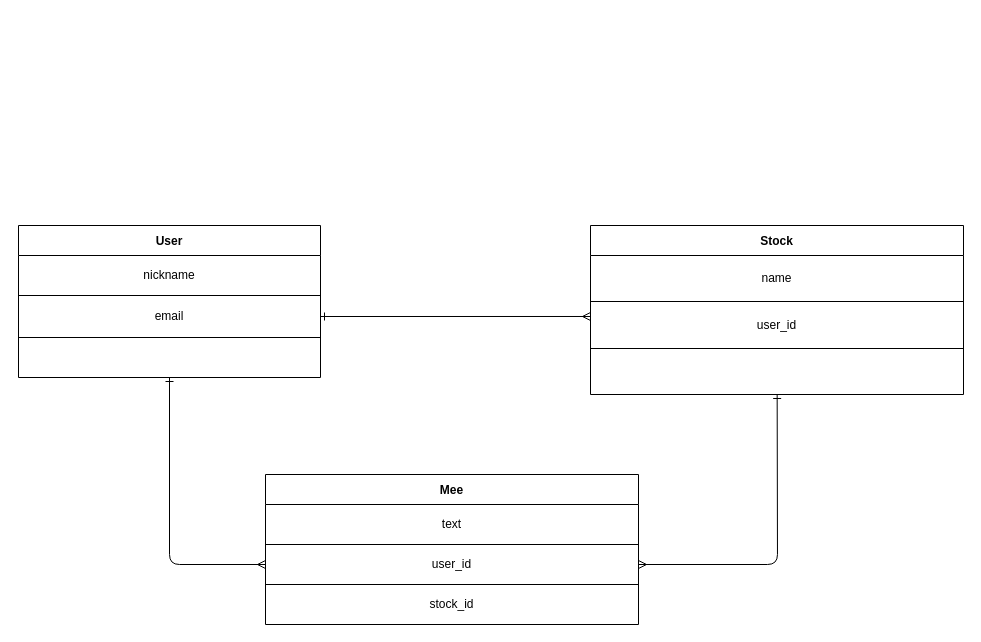
kijima-line/stome keeps this draw.io diagram as er.dio. Above is the earlier version. Source tidied: cells renumbered, new cells numbered last; positions are measured from the earlier drawing's top-left corner, leaving out a move shared by most shapes. Both pictures are drawn from the tidied source at 100%, with x=0, y=0 at pixel (18, 225).
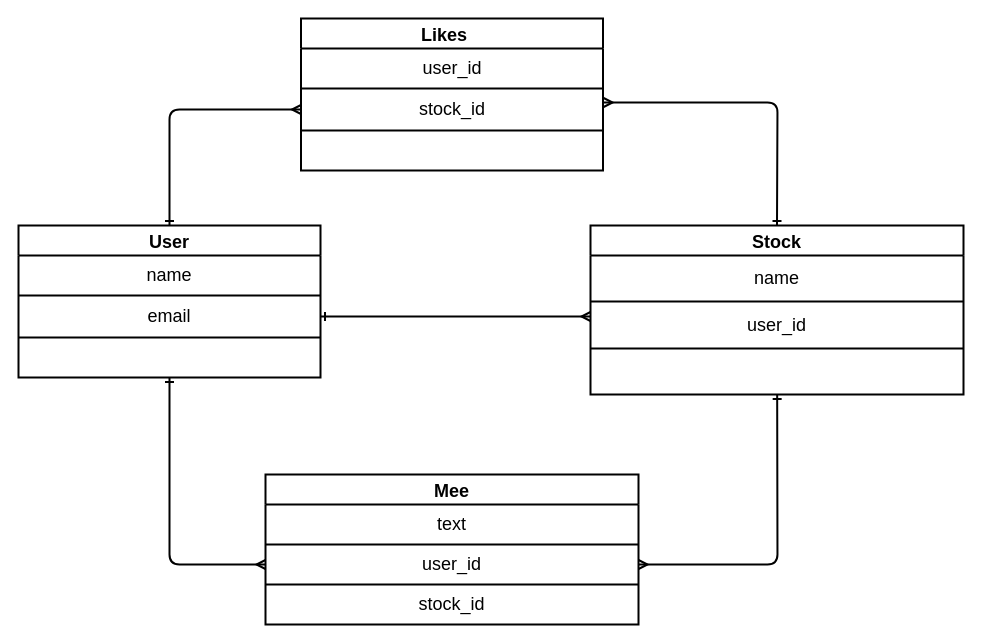
Above is the later version.

Change to the diagram source:
```diff
@@
-    <mxCell id="2" style="edgeStyle=none;html=1;entryX=0;entryY=0.5;entryDx=0;entryDy=0;fontColor=#000000;endArrow=ERmany;endFill=0;strokeColor=#000000;startArrow=ERone;startFill=0;" parent="1" edge="1" source="3" target="22">
+    <mxCell id="2" style="edgeStyle=none;html=1;entryX=0;entryY=0.5;entryDx=0;entryDy=0;fontColor=#000000;endArrow=ERmany;endFill=0;strokeColor=#000000;startArrow=ERone;startFill=0;strokeWidth=2;fontSize=18;" parent="1" edge="1" source="3" target="22">
       <mxGeometry relative="1" as="geometry">
         <Array as="points">
           <mxPoint x="151" y="339" />
         </Array>
       </mxGeometry>
     </mxCell>
-    <mxCell id="3" value="User" style="shape=table;startSize=30;childLayout=tableLayout;fontStyle=1;align=center;strokeColor=#000000;" parent="1" vertex="1">
+    <mxCell id="3" value="User" style="shape=table;startSize=30;childLayout=tableLayout;fontStyle=1;align=center;strokeColor=#000000;strokeWidth=2;fontSize=18;" parent="1" vertex="1">
       <mxGeometry width="302" height="152" as="geometry" />
     </mxCell>
-    <mxCell id="4" style="shape=partialRectangle;html=1;whiteSpace=wrap;fillColor=none;top=0;left=0;bottom=0;right=0;" parent="3" vertex="1">
+    <mxCell id="4" style="shape=partialRectangle;html=1;whiteSpace=wrap;fillColor=none;top=0;left=0;bottom=0;right=0;strokeWidth=2;fontSize=18;" parent="3" vertex="1">
       <mxGeometry y="30" width="302" height="40" as="geometry" />
     </mxCell>
-    <mxCell id="5" value="&lt;font color=&quot;#000000&quot;&gt;nickname&lt;/font&gt;" style="shape=partialRectangle;html=1;whiteSpace=wrap;fillColor=none;top=0;left=0;bottom=0;right=0;overflow=hidden;" parent="4" vertex="1">
+    <mxCell id="5" value="&lt;font color=&quot;#000000&quot; style=&quot;font-size: 18px&quot;&gt;name&lt;/font&gt;" style="shape=partialRectangle;html=1;whiteSpace=wrap;fillColor=none;top=0;left=0;bottom=0;right=0;overflow=hidden;strokeWidth=2;fontSize=18;" parent="4" vertex="1">
       <mxGeometry width="302" height="40" as="geometry" />
     </mxCell>
-    <mxCell id="6" style="shape=partialRectangle;html=1;whiteSpace=wrap;fillColor=none;top=0;left=0;bottom=0;right=0;points=[[0,0.5],[1,0.5]];portConstraint=eastwest;" parent="3" vertex="1">
+    <mxCell id="6" style="shape=partialRectangle;html=1;whiteSpace=wrap;fillColor=none;top=0;left=0;bottom=0;right=0;points=[[0,0.5],[1,0.5]];portConstraint=eastwest;strokeWidth=2;fontSize=18;" parent="3" vertex="1">
       <mxGeometry y="70" width="302" height="42" as="geometry" />
     </mxCell>
-    <mxCell id="7" value="&lt;font color=&quot;#000000&quot;&gt;email&lt;/font&gt;" style="shape=partialRectangle;html=1;whiteSpace=wrap;fillColor=none;top=0;left=0;bottom=0;right=0;overflow=hidden;" parent="6" vertex="1">
+    <mxCell id="7" value="&lt;font color=&quot;#000000&quot; style=&quot;font-size: 18px;&quot;&gt;email&lt;/font&gt;" style="shape=partialRectangle;html=1;whiteSpace=wrap;fillColor=none;top=0;left=0;bottom=0;right=0;overflow=hidden;strokeWidth=2;fontSize=18;" parent="6" vertex="1">
       <mxGeometry width="302" height="42" as="geometry" />
     </mxCell>
-    <mxCell id="8" style="shape=partialRectangle;html=1;whiteSpace=wrap;fillColor=none;top=0;left=0;bottom=0;right=0;" parent="3" vertex="1">
+    <mxCell id="8" style="shape=partialRectangle;html=1;whiteSpace=wrap;fillColor=none;top=0;left=0;bottom=0;right=0;strokeWidth=2;fontSize=18;" parent="3" vertex="1">
       <mxGeometry y="112" width="302" height="40" as="geometry" />
     </mxCell>
-    <mxCell id="9" style="shape=partialRectangle;html=1;whiteSpace=wrap;fillColor=none;top=0;left=0;bottom=0;right=0;overflow=hidden;" parent="8" vertex="1">
+    <mxCell id="9" style="shape=partialRectangle;html=1;whiteSpace=wrap;fillColor=none;top=0;left=0;bottom=0;right=0;overflow=hidden;strokeWidth=2;fontSize=18;" parent="8" vertex="1">
       <mxGeometry width="302" height="40" as="geometry" />
     </mxCell>
-    <mxCell id="10" style="edgeStyle=none;html=1;entryX=1;entryY=0.5;entryDx=0;entryDy=0;fontColor=#000000;endArrow=ERmany;endFill=0;strokeColor=#000000;startArrow=ERone;startFill=0;" parent="1" edge="1" source="12" target="22">
+    <mxCell id="10" style="edgeStyle=none;html=1;entryX=1;entryY=0.5;entryDx=0;entryDy=0;fontColor=#000000;endArrow=ERmany;endFill=0;strokeColor=#000000;startArrow=ERone;startFill=0;strokeWidth=2;fontSize=18;" parent="1" edge="1" source="12" target="22">
       <mxGeometry relative="1" as="geometry">
         <Array as="points">
           <mxPoint x="759" y="339" />
         </Array>
       </mxGeometry>
     </mxCell>
@@
-    <mxCell id="12" value="Stock" style="shape=table;startSize=30;childLayout=tableLayout;fontStyle=1;align=center;strokeColor=#000000;" parent="1" vertex="1">
+    <mxCell id="12" value="Stock" style="shape=table;startSize=30;childLayout=tableLayout;fontStyle=1;align=center;strokeColor=#000000;strokeWidth=2;fontSize=18;" parent="1" vertex="1">
       <mxGeometry x="572" width="373" height="169" as="geometry" />
     </mxCell>
-    <mxCell id="13" style="shape=partialRectangle;html=1;whiteSpace=wrap;fillColor=none;top=0;left=0;bottom=0;right=0;" parent="12" vertex="1">
+    <mxCell id="13" style="shape=partialRectangle;html=1;whiteSpace=wrap;fillColor=none;top=0;left=0;bottom=0;right=0;strokeWidth=2;fontSize=18;" parent="12" vertex="1">
       <mxGeometry y="30" width="373" height="46" as="geometry" />
     </mxCell>
-    <mxCell id="14" value="&lt;font color=&quot;#000000&quot;&gt;name&lt;/font&gt;" style="shape=partialRectangle;html=1;whiteSpace=wrap;fillColor=none;top=0;left=0;bottom=0;right=0;overflow=hidden;" parent="13" vertex="1">
+    <mxCell id="14" value="&lt;font color=&quot;#000000&quot; style=&quot;font-size: 18px;&quot;&gt;name&lt;/font&gt;" style="shape=partialRectangle;html=1;whiteSpace=wrap;fillColor=none;top=0;left=0;bottom=0;right=0;overflow=hidden;strokeWidth=2;fontSize=18;" parent="13" vertex="1">
       <mxGeometry width="373" height="46" as="geometry" />
     </mxCell>
-    <mxCell id="15" style="shape=partialRectangle;html=1;whiteSpace=wrap;fillColor=none;top=0;left=0;bottom=0;right=0;points=[[0,0.5],[1,0.5]];portConstraint=eastwest;" parent="12" vertex="1">
+    <mxCell id="15" style="shape=partialRectangle;html=1;whiteSpace=wrap;fillColor=none;top=0;left=0;bottom=0;right=0;points=[[0,0.5],[1,0.5]];portConstraint=eastwest;strokeWidth=2;fontSize=18;" parent="12" vertex="1">
       <mxGeometry y="76" width="373" height="47" as="geometry" />
     </mxCell>
-    <mxCell id="16" value="&lt;font color=&quot;#000000&quot;&gt;user_id&lt;/font&gt;" style="shape=partialRectangle;html=1;whiteSpace=wrap;fillColor=none;top=0;left=0;bottom=0;right=0;overflow=hidden;" parent="15" vertex="1">
+    <mxCell id="16" value="&lt;font color=&quot;#000000&quot; style=&quot;font-size: 18px;&quot;&gt;user_id&lt;/font&gt;" style="shape=partialRectangle;html=1;whiteSpace=wrap;fillColor=none;top=0;left=0;bottom=0;right=0;overflow=hidden;strokeWidth=2;fontSize=18;" parent="15" vertex="1">
       <mxGeometry width="373" height="47" as="geometry" />
     </mxCell>
-    <mxCell id="17" style="shape=partialRectangle;html=1;whiteSpace=wrap;fillColor=none;top=0;left=0;bottom=0;right=0;" parent="12" vertex="1">
+    <mxCell id="17" style="shape=partialRectangle;html=1;whiteSpace=wrap;fillColor=none;top=0;left=0;bottom=0;right=0;strokeWidth=2;fontSize=18;" parent="12" vertex="1">
       <mxGeometry y="123" width="373" height="46" as="geometry" />
     </mxCell>
-    <mxCell id="18" style="shape=partialRectangle;html=1;whiteSpace=wrap;fillColor=none;top=0;left=0;bottom=0;right=0;overflow=hidden;" parent="17" vertex="1">
+    <mxCell id="18" style="shape=partialRectangle;html=1;whiteSpace=wrap;fillColor=none;top=0;left=0;bottom=0;right=0;overflow=hidden;strokeWidth=2;fontSize=18;" parent="17" vertex="1">
       <mxGeometry width="373" height="46" as="geometry" />
     </mxCell>
-    <mxCell id="19" value="Mee" style="shape=table;startSize=30;childLayout=tableLayout;fontStyle=1;align=center;strokeColor=#000000;" parent="1" vertex="1">
+    <mxCell id="19" value="Mee" style="shape=table;startSize=30;childLayout=tableLayout;fontStyle=1;align=center;strokeColor=#000000;strokeWidth=2;fontSize=18;" parent="1" vertex="1">
       <mxGeometry x="247" y="249" width="373" height="150" as="geometry" />
     </mxCell>
-    <mxCell id="20" style="shape=partialRectangle;html=1;whiteSpace=wrap;fillColor=none;top=0;left=0;bottom=0;right=0;" parent="19" vertex="1">
+    <mxCell id="20" style="shape=partialRectangle;html=1;whiteSpace=wrap;fillColor=none;top=0;left=0;bottom=0;right=0;strokeWidth=2;fontSize=18;" parent="19" vertex="1">
       <mxGeometry y="30" width="373" height="40" as="geometry" />
     </mxCell>
-    <mxCell id="21" value="&lt;font color=&quot;#000000&quot;&gt;text&lt;/font&gt;" style="shape=partialRectangle;html=1;whiteSpace=wrap;fillColor=none;top=0;left=0;bottom=0;right=0;overflow=hidden;" parent="20" vertex="1">
+    <mxCell id="21" value="&lt;font color=&quot;#000000&quot; style=&quot;font-size: 18px;&quot;&gt;text&lt;/font&gt;" style="shape=partialRectangle;html=1;whiteSpace=wrap;fillColor=none;top=0;left=0;bottom=0;right=0;overflow=hidden;strokeWidth=2;fontSize=18;" parent="20" vertex="1">
       <mxGeometry width="373" height="40" as="geometry" />
     </mxCell>
-    <mxCell id="22" style="shape=partialRectangle;html=1;whiteSpace=wrap;fillColor=none;top=0;left=0;bottom=0;right=0;points=[[0,0.5],[1,0.5]];portConstraint=eastwest;" parent="19" vertex="1">
+    <mxCell id="22" style="shape=partialRectangle;html=1;whiteSpace=wrap;fillColor=none;top=0;left=0;bottom=0;right=0;points=[[0,0.5],[1,0.5]];portConstraint=eastwest;strokeWidth=2;fontSize=18;" parent="19" vertex="1">
       <mxGeometry y="70" width="373" height="40" as="geometry" />
     </mxCell>
-    <mxCell id="23" value="&lt;font color=&quot;#000000&quot;&gt;user_id&lt;/font&gt;" style="shape=partialRectangle;html=1;whiteSpace=wrap;fillColor=none;top=0;left=0;bottom=0;right=0;overflow=hidden;" parent="22" vertex="1">
+    <mxCell id="23" value="&lt;font color=&quot;#000000&quot; style=&quot;font-size: 18px;&quot;&gt;user_id&lt;/font&gt;" style="shape=partialRectangle;html=1;whiteSpace=wrap;fillColor=none;top=0;left=0;bottom=0;right=0;overflow=hidden;strokeWidth=2;fontSize=18;" parent="22" vertex="1">
       <mxGeometry width="373" height="40" as="geometry" />
     </mxCell>
-    <mxCell id="24" style="shape=partialRectangle;html=1;whiteSpace=wrap;fillColor=none;top=0;left=0;bottom=0;right=0;" parent="19" vertex="1">
+    <mxCell id="24" style="shape=partialRectangle;html=1;whiteSpace=wrap;fillColor=none;top=0;left=0;bottom=0;right=0;strokeWidth=2;fontSize=18;" parent="19" vertex="1">
       <mxGeometry y="110" width="373" height="40" as="geometry" />
     </mxCell>
-    <mxCell id="25" value="&lt;font color=&quot;#000000&quot;&gt;stock_id&lt;/font&gt;" style="shape=partialRectangle;html=1;whiteSpace=wrap;fillColor=none;top=0;left=0;bottom=0;right=0;overflow=hidden;" parent="24" vertex="1">
+    <mxCell id="25" value="&lt;font color=&quot;#000000&quot; style=&quot;font-size: 18px;&quot;&gt;stock_id&lt;/font&gt;" style="shape=partialRectangle;html=1;whiteSpace=wrap;fillColor=none;top=0;left=0;bottom=0;right=0;overflow=hidden;strokeWidth=2;fontSize=18;" parent="24" vertex="1">
       <mxGeometry width="373" height="40" as="geometry" />
     </mxCell>
-    <mxCell id="26" style="edgeStyle=none;html=1;exitX=1;exitY=0.5;exitDx=0;exitDy=0;entryX=0;entryY=0.319;entryDx=0;entryDy=0;fontColor=#000000;endArrow=ERmany;endFill=0;strokeColor=#000000;entryPerimeter=0;startArrow=ERone;startFill=0;" parent="1" edge="1" source="6" target="15">
+    <mxCell id="26" style="edgeStyle=none;html=1;exitX=1;exitY=0.5;exitDx=0;exitDy=0;entryX=0;entryY=0.319;entryDx=0;entryDy=0;fontColor=#000000;endArrow=ERmany;endFill=0;strokeColor=#000000;entryPerimeter=0;startArrow=ERone;startFill=0;strokeWidth=2;fontSize=18;" parent="1" edge="1" source="6" target="15">
       <mxGeometry relative="1" as="geometry" />
     </mxCell>
+    <mxCell id="27" value="Likes   " style="shape=table;startSize=30;childLayout=tableLayout;fontStyle=1;align=center;strokeColor=#000000;strokeWidth=2;fontSize=18;" parent="1" vertex="1">
+      <mxGeometry x="282.5" y="-207" width="302" height="152" as="geometry" />
+    </mxCell>
+    <mxCell id="28" style="shape=partialRectangle;html=1;whiteSpace=wrap;fillColor=none;top=0;left=0;bottom=0;right=0;strokeWidth=2;fontSize=18;" parent="27" vertex="1">
+      <mxGeometry y="30" width="302" height="40" as="geometry" />
+    </mxCell>
+    <mxCell id="29" value="&lt;font color=&quot;#000000&quot; style=&quot;font-size: 18px&quot;&gt;user_id&lt;/font&gt;" style="shape=partialRectangle;html=1;whiteSpace=wrap;fillColor=none;top=0;left=0;bottom=0;right=0;overflow=hidden;strokeWidth=2;fontSize=18;" parent="28" vertex="1">
+      <mxGeometry width="302" height="40" as="geometry" />
+    </mxCell>
+    <mxCell id="30" style="shape=partialRectangle;html=1;whiteSpace=wrap;fillColor=none;top=0;left=0;bottom=0;right=0;points=[[0,0.5],[1,0.5]];portConstraint=eastwest;strokeWidth=2;fontSize=18;" parent="27" vertex="1">
+      <mxGeometry y="70" width="302" height="42" as="geometry" />
+    </mxCell>
+    <mxCell id="31" value="&lt;font color=&quot;#000000&quot; style=&quot;font-size: 18px&quot;&gt;stock_id&lt;/font&gt;" style="shape=partialRectangle;html=1;whiteSpace=wrap;fillColor=none;top=0;left=0;bottom=0;right=0;overflow=hidden;strokeWidth=2;fontSize=18;" parent="30" vertex="1">
+      <mxGeometry width="302" height="42" as="geometry" />
+    </mxCell>
+    <mxCell id="32" style="shape=partialRectangle;html=1;whiteSpace=wrap;fillColor=none;top=0;left=0;bottom=0;right=0;strokeWidth=2;fontSize=18;" parent="27" vertex="1">
+      <mxGeometry y="112" width="302" height="40" as="geometry" />
+    </mxCell>
+    <mxCell id="33" style="shape=partialRectangle;html=1;whiteSpace=wrap;fillColor=none;top=0;left=0;bottom=0;right=0;overflow=hidden;strokeWidth=2;fontSize=18;" parent="32" vertex="1">
+      <mxGeometry width="302" height="40" as="geometry" />
+    </mxCell>
+    <mxCell id="34" style="edgeStyle=none;html=1;entryX=0;entryY=0.5;entryDx=0;entryDy=0;fontColor=#000000;endArrow=ERmany;endFill=0;strokeColor=#000000;startArrow=ERone;startFill=0;strokeWidth=2;fontSize=18;exitX=0.5;exitY=0;exitDx=0;exitDy=0;" parent="1" edge="1" source="3" target="30">
+      <mxGeometry relative="1" as="geometry">
+        <Array as="points">
+          <mxPoint x="151" y="-116" />
+        </Array>
+      </mxGeometry>
+    </mxCell>
+    <mxCell id="35" style="edgeStyle=none;html=1;entryX=1.002;entryY=0.333;entryDx=0;entryDy=0;fontColor=#000000;endArrow=ERmany;endFill=0;strokeColor=#000000;startArrow=ERone;startFill=0;strokeWidth=2;fontSize=18;exitX=0.5;exitY=0;exitDx=0;exitDy=0;entryPerimeter=0;" parent="1" edge="1" source="12" target="30">
+      <mxGeometry relative="1" as="geometry">
+        <Array as="points">
+          <mxPoint x="759" y="-123" />
+        </Array>
+      </mxGeometry>
+    </mxCell>
```
